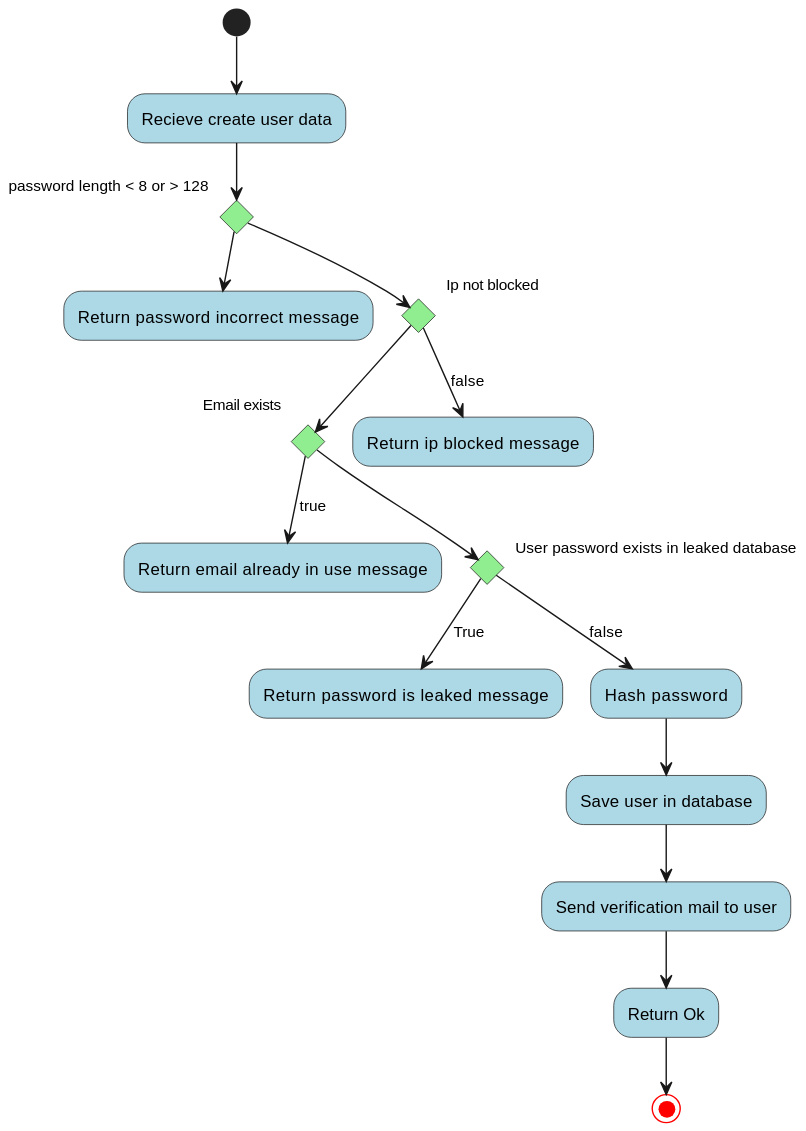
Earlier version of the PlantUML export Docs/out/FlowCharts/CreateUserFlowChart/Create User Flowchart.svg (blackout1471/trust-us-school).
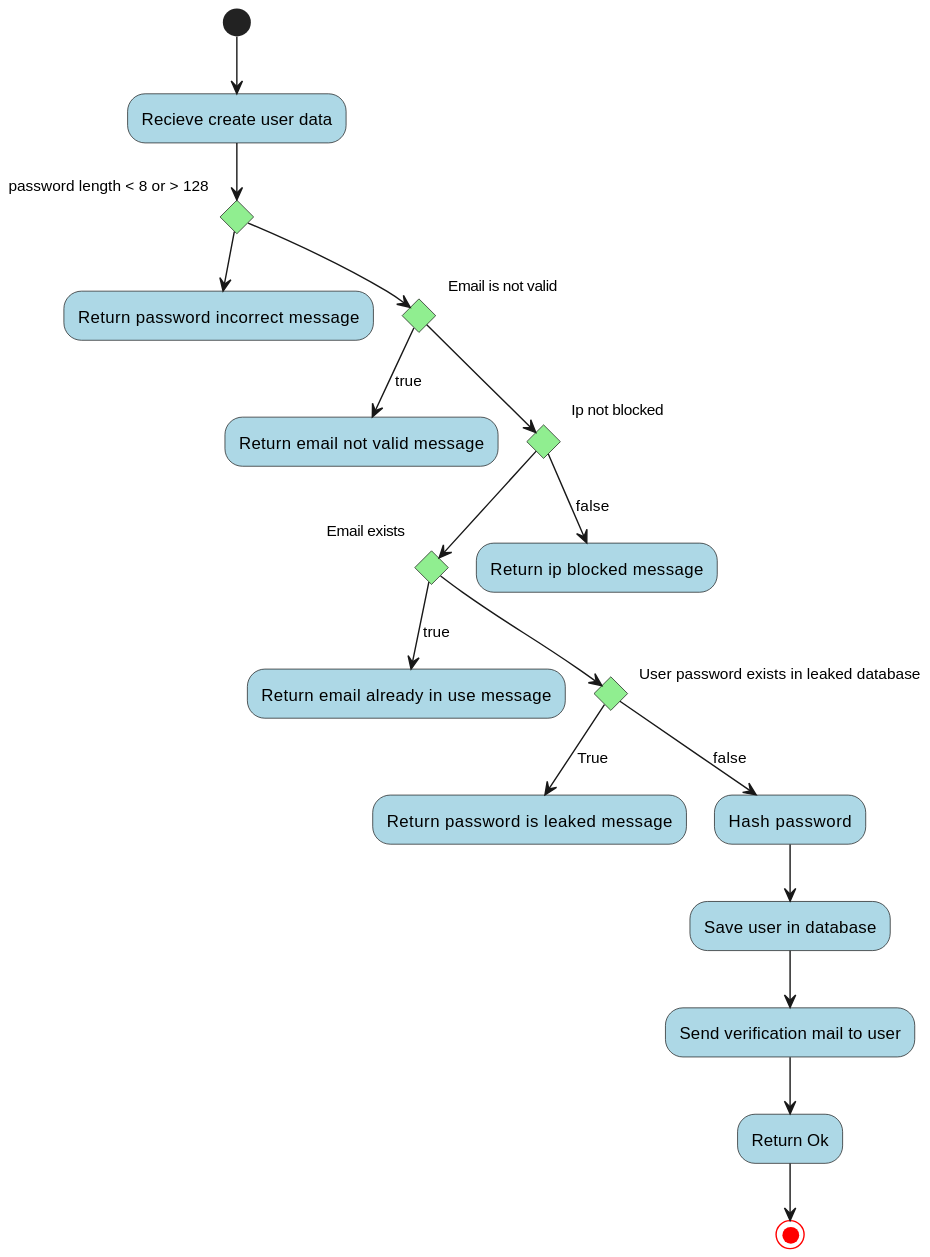
The same diagram one commit later.

Commit message:
Added email validation (#25)

Change to the diagram source:
```diff
@@ -14,21 +14,25 @@
 if "password length < 8 or > 128" then
   --> "Return password incorrect message"
 else
-if "Ip not blocked " then
-	if "Email exists" then
-		-->[true] "Return email already in use message"
+if "Email is not valid" then
+	-->[true] "Return email not valid message"
+else
+	if "Ip not blocked " then
+		if "Email exists" then
+			-->[true] "Return email already in use message"
+		else
+			if "User password exists in leaked database" then
+				-->[True]"Return password is leaked message"
+			else
+				-->[false] "Hash password"
+				--> "Save user in database"
+				--> "Send verification mail to user"
+				--> "Return Ok"
+				--> (*)
+			end if
+		end if
 	else
-		if "User password exists in leaked database" then
-			-->[True]"Return password is leaked message"
-		else
-			-->[false] "Hash password"
-			--> "Save user in database"
-			--> "Send verification mail to user"
-			--> "Return Ok"
-			--> (*)
-		end if
-	end if
-else
--->[false] "Return ip blocked message"
+	-->[false] "Return ip blocked message"
+end if
 
 @enduml
```
